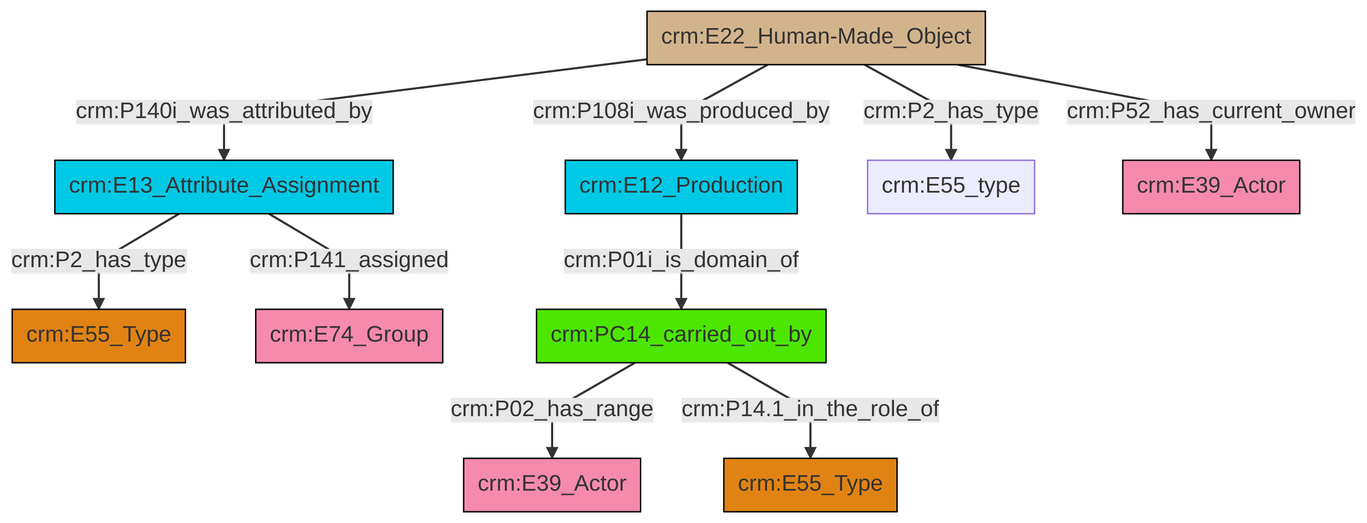
Before: et/builtWorkCSV/ttl/mmd/png/Built_Work_actor_relations.png, a diagram exported from Mermaid (swiss-art-research-net/reference-data-models). Its source is kept beside it as et/builtWorkCSV/ttl/mmd/Built_Work_actor_relations.ttl.mmd.
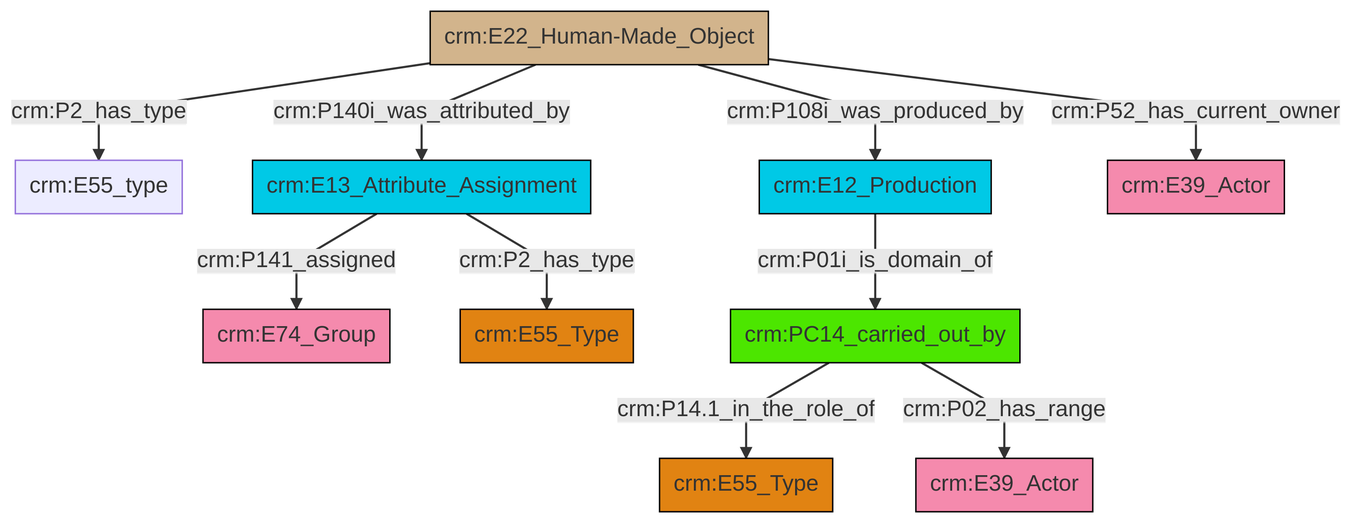
The same diagram one commit later.

Change to the diagram source:
```diff
@@ -13,12 +13,12 @@
 classDef PC_Classes fill:#4ce600, stroke:#000000;
 classDef Multi fill:#cccccc,stroke:#000000;
 
-2["crm:E13_Attribute_Assignment"]:::Temporal_Entity -->|crm:P2_has_type| 3["crm:E55_Type"]:::Type
-4["crm:E22_Human-Made_Object"]:::Physical_Thing -->|crm:P2_has_type| 11["crm:E55_type"]:::Default
-4["crm:E22_Human-Made_Object"]:::Physical_Thing -->|crm:P108i_was_produced_by| 0["crm:E12_Production"]:::Temporal_Entity
-4["crm:E22_Human-Made_Object"]:::Physical_Thing -->|crm:P52_has_current_owner| 14["crm:E39_Actor"]:::Actor
-15["crm:PC14_carried_out_by"]:::PC_Classes -->|crm:P02_has_range| 7["crm:E39_Actor"]:::Actor
-2["crm:E13_Attribute_Assignment"]:::Temporal_Entity -->|crm:P141_assigned| 12["crm:E74_Group"]:::Actor
-0["crm:E12_Production"]:::Temporal_Entity -->|crm:P01i_is_domain_of| 15["crm:PC14_carried_out_by"]:::PC_Classes
-15["crm:PC14_carried_out_by"]:::PC_Classes -->|crm:P14.1_in_the_role_of| 9["crm:E55_Type"]:::Type
-4["crm:E22_Human-Made_Object"]:::Physical_Thing -->|crm:P140i_was_attributed_by| 2["crm:E13_Attribute_Assignment"]:::Temporal_Entity
+8["crm:E22_Human-Made_Object"]:::Physical_Thing -->|crm:P2_has_type| 4["crm:E55_type"]:::Default
+9["crm:E13_Attribute_Assignment"]:::Temporal_Entity -->|crm:P2_has_type| 2["crm:E55_Type"]:::Type
+11["crm:PC14_carried_out_by"]:::PC_Classes -->|crm:P14.1_in_the_role_of| 12["crm:E55_Type"]:::Type
+6["crm:E12_Production"]:::Temporal_Entity -->|crm:P01i_is_domain_of| 11["crm:PC14_carried_out_by"]:::PC_Classes
+9["crm:E13_Attribute_Assignment"]:::Temporal_Entity -->|crm:P141_assigned| 0["crm:E74_Group"]:::Actor
+8["crm:E22_Human-Made_Object"]:::Physical_Thing -->|crm:P108i_was_produced_by| 6["crm:E12_Production"]:::Temporal_Entity
+8["crm:E22_Human-Made_Object"]:::Physical_Thing -->|crm:P140i_was_attributed_by| 9["crm:E13_Attribute_Assignment"]:::Temporal_Entity
+11["crm:PC14_carried_out_by"]:::PC_Classes -->|crm:P02_has_range| 16["crm:E39_Actor"]:::Actor
+8["crm:E22_Human-Made_Object"]:::Physical_Thing -->|crm:P52_has_current_owner| 18["crm:E39_Actor"]:::Actor
```
